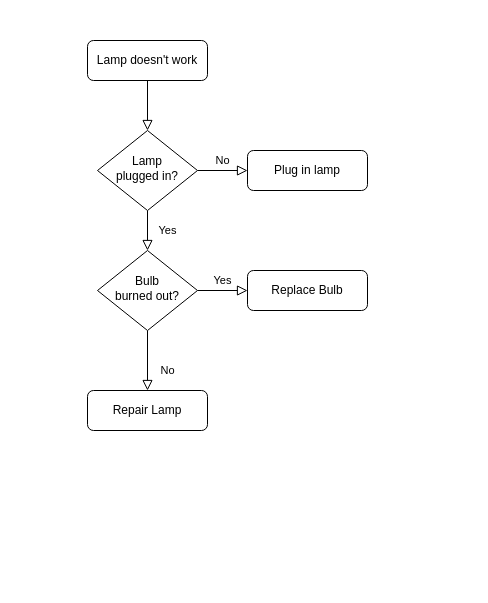
This is 2/diagrams/Diagram2.drawio from Dmytrenko-Roman/TestsLabs, a draw.io file, before an edit. Source tidied: cells renumbered, new cells numbered last; positions are measured from the earlier drawing's top-left corner, leaving out a move shared by most shapes. Both pictures are drawn from the tidied source at 100%, with x=0, y=0 at pixel (87, 40).
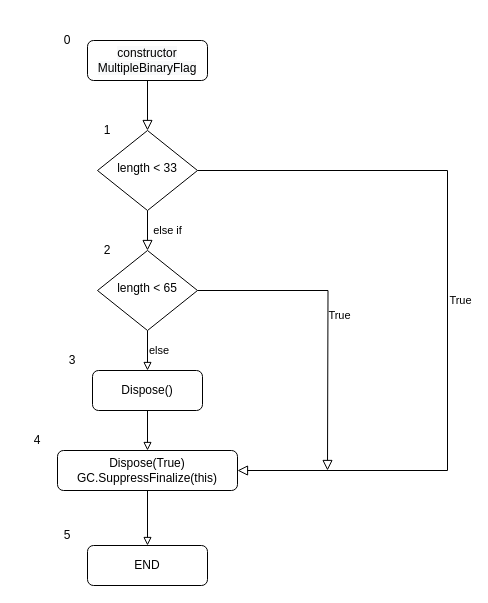
After the change.

The edit, as a diff of the source:
```diff
@@
-    <mxCell id="3" value="Lamp doesn't work" style="rounded=1;whiteSpace=wrap;html=1;fontSize=12;glass=0;strokeWidth=1;shadow=0;" parent="1" vertex="1">
+    <mxCell id="3" value="&#10;&#10;&lt;span style=&quot;color: rgb(0, 0, 0); font-family: helvetica; font-size: 12px; font-style: normal; font-weight: 400; letter-spacing: normal; text-align: center; text-indent: 0px; text-transform: none; word-spacing: 0px; background-color: rgb(248, 249, 250); display: inline; float: none;&quot;&gt;constructor MultipleBinaryFlag&lt;/span&gt;&#10;&#10;" style="rounded=1;whiteSpace=wrap;html=1;fontSize=12;glass=0;strokeWidth=1;shadow=0;" parent="1" vertex="1">
       <mxGeometry width="120" height="40" as="geometry" />
     </mxCell>
-    <mxCell id="4" value="Yes" style="rounded=0;html=1;jettySize=auto;fontSize=11;endArrow=block;endFill=0;endSize=8;strokeWidth=1;shadow=0;labelBackgroundColor=none;edgeStyle=orthogonalEdgeStyle;" parent="1" edge="1" source="6" target="10">
+    <mxCell id="4" value="else if" style="rounded=0;html=1;jettySize=auto;fontSize=11;endArrow=block;endFill=0;endSize=8;strokeWidth=1;shadow=0;labelBackgroundColor=none;edgeStyle=orthogonalEdgeStyle;" parent="1" edge="1" source="6" target="10">
       <mxGeometry y="20" relative="1" as="geometry" />
     </mxCell>
-    <mxCell id="5" value="No" style="edgeStyle=orthogonalEdgeStyle;rounded=0;html=1;jettySize=auto;fontSize=11;endArrow=block;endFill=0;endSize=8;strokeWidth=1;shadow=0;labelBackgroundColor=none;" parent="1" edge="1" source="6" target="7">
-      <mxGeometry y="10" relative="1" as="geometry" />
+    <mxCell id="5" value="True" style="edgeStyle=orthogonalEdgeStyle;rounded=0;html=1;jettySize=auto;fontSize=11;endArrow=block;endFill=0;endSize=8;strokeWidth=1;shadow=0;labelBackgroundColor=none;verticalAlign=middle;align=center;spacingRight=-5;entryX=1;entryY=0.5;entryDx=0;entryDy=0;" parent="1" edge="1" source="6" target="11">
+      <mxGeometry y="10" relative="1" as="geometry">
+        <Array as="points">
+          <mxPoint x="360" y="130" />
+          <mxPoint x="360" y="430" />
+        </Array>
+      </mxGeometry>
     </mxCell>
-    <mxCell id="6" value="Lamp&lt;br&gt;plugged in?" style="rhombus;whiteSpace=wrap;html=1;shadow=0;fontFamily=Helvetica;fontSize=12;align=center;strokeWidth=1;spacing=6;spacingTop=-4;" parent="1" vertex="1">
+    <mxCell id="6" value="length &amp;lt; 33" style="rhombus;whiteSpace=wrap;html=1;shadow=0;fontFamily=Helvetica;fontSize=12;align=center;strokeWidth=1;spacing=6;spacingTop=-4;" parent="1" vertex="1">
       <mxGeometry x="10" y="90" width="100" height="80" as="geometry" />
     </mxCell>
-    <mxCell id="7" value="Plug in lamp" style="rounded=1;whiteSpace=wrap;html=1;fontSize=12;glass=0;strokeWidth=1;shadow=0;" parent="1" vertex="1">
-      <mxGeometry x="160" y="110" width="120" height="40" as="geometry" />
-    </mxCell>
-    <mxCell id="8" value="No" style="rounded=0;html=1;jettySize=auto;fontSize=11;endArrow=block;endFill=0;endSize=8;strokeWidth=1;shadow=0;labelBackgroundColor=none;edgeStyle=orthogonalEdgeStyle;" parent="1" edge="1" source="10" target="11">
-      <mxGeometry x="0.33" y="20" relative="1" as="geometry" />
-    </mxCell>
-    <mxCell id="9" value="Yes" style="edgeStyle=orthogonalEdgeStyle;rounded=0;html=1;jettySize=auto;fontSize=11;endArrow=block;endFill=0;endSize=8;strokeWidth=1;shadow=0;labelBackgroundColor=none;" parent="1" edge="1" source="10" target="12">
-      <mxGeometry y="10" relative="1" as="geometry" />
+    <mxCell id="9" value="True" style="edgeStyle=orthogonalEdgeStyle;rounded=0;html=1;jettySize=auto;fontSize=11;endArrow=block;endFill=0;endSize=8;strokeWidth=1;shadow=0;labelBackgroundColor=none;spacingRight=-4;" parent="1" edge="1" source="10">
+      <mxGeometry y="10" relative="1" as="geometry">
+        <mxPoint x="240" y="430" as="targetPoint" />
+      </mxGeometry>
     </mxCell>
+    <mxCell id="13" value="else" style="edgeStyle=orthogonalEdgeStyle;rounded=0;jettySize=auto;html=1;exitX=0.5;exitY=1;exitDx=0;exitDy=0;entryX=0.5;entryY=0;entryDx=0;entryDy=0;endArrow=block;endFill=0;align=left;verticalAlign=middle;spacingRight=-5;" parent="1" edge="1" source="10" target="17">
+      <mxGeometry relative="1" as="geometry" />
+    </mxCell>
-    <mxCell id="10" value="Bulb&lt;br&gt;burned out?" style="rhombus;whiteSpace=wrap;html=1;shadow=0;fontFamily=Helvetica;fontSize=12;align=center;strokeWidth=1;spacing=6;spacingTop=-4;" parent="1" vertex="1">
+    <mxCell id="10" value="length &amp;lt; 65" style="rhombus;whiteSpace=wrap;html=1;shadow=0;fontFamily=Helvetica;fontSize=12;align=center;strokeWidth=1;spacing=6;spacingTop=-4;" parent="1" vertex="1">
       <mxGeometry x="10" y="210" width="100" height="80" as="geometry" />
     </mxCell>
+    <mxCell id="14" style="edgeStyle=orthogonalEdgeStyle;rounded=0;jettySize=auto;html=1;exitX=0.5;exitY=1;exitDx=0;exitDy=0;entryX=0.5;entryY=0;entryDx=0;entryDy=0;align=center;endArrow=block;endFill=0;" parent="1" edge="1" source="11" target="15">
+      <mxGeometry relative="1" as="geometry" />
+    </mxCell>
-    <mxCell id="11" value="Repair Lamp" style="rounded=1;whiteSpace=wrap;html=1;fontSize=12;glass=0;strokeWidth=1;shadow=0;" parent="1" vertex="1">
-      <mxGeometry y="350" width="120" height="40" as="geometry" />
+    <mxCell id="11" value="Dispose(True)&lt;br&gt;GC.SuppressFinalize(this)" style="rounded=1;whiteSpace=wrap;html=1;fontSize=12;glass=0;strokeWidth=1;shadow=0;" parent="1" vertex="1">
+      <mxGeometry x="-30" y="410" width="180" height="40" as="geometry" />
     </mxCell>
-    <mxCell id="12" value="Replace Bulb" style="rounded=1;whiteSpace=wrap;html=1;fontSize=12;glass=0;strokeWidth=1;shadow=0;" parent="1" vertex="1">
-      <mxGeometry x="160" y="230" width="120" height="40" as="geometry" />
-    </mxCell>
+    <mxCell id="15" value="END" style="rounded=1;whiteSpace=wrap;html=1;fontSize=12;glass=0;strokeWidth=1;shadow=0;" parent="1" vertex="1">
+      <mxGeometry y="505" width="120" height="40" as="geometry" />
+    </mxCell>
+    <mxCell id="16" style="edgeStyle=orthogonalEdgeStyle;rounded=0;jettySize=auto;html=1;exitX=0.5;exitY=1;exitDx=0;exitDy=0;entryX=0.5;entryY=0;entryDx=0;entryDy=0;endArrow=block;endFill=0;align=center;" parent="1" edge="1" source="17" target="11">
+      <mxGeometry relative="1" as="geometry" />
+    </mxCell>
+    <mxCell id="17" value="Dispose()" style="rounded=1;whiteSpace=wrap;html=1;fontSize=12;glass=0;strokeWidth=1;shadow=0;" parent="1" vertex="1">
+      <mxGeometry x="5" y="330" width="110" height="40" as="geometry" />
+    </mxCell>
+    <mxCell id="18" value="0" style="text;html=1;strokeColor=none;fillColor=none;align=center;verticalAlign=middle;whiteSpace=wrap;rounded=0;" parent="1" vertex="1">
+      <mxGeometry x="-40" y="-10" width="40" height="20" as="geometry" />
+    </mxCell>
+    <mxCell id="19" value="1" style="text;html=1;strokeColor=none;fillColor=none;align=center;verticalAlign=middle;whiteSpace=wrap;rounded=0;" parent="1" vertex="1">
+      <mxGeometry y="80" width="40" height="20" as="geometry" />
+    </mxCell>
+    <mxCell id="20" value="2" style="text;html=1;strokeColor=none;fillColor=none;align=center;verticalAlign=middle;whiteSpace=wrap;rounded=0;" parent="1" vertex="1">
+      <mxGeometry y="200" width="40" height="20" as="geometry" />
+    </mxCell>
+    <mxCell id="21" value="3" style="text;html=1;strokeColor=none;fillColor=none;align=center;verticalAlign=middle;whiteSpace=wrap;rounded=0;" parent="1" vertex="1">
+      <mxGeometry x="-35" y="310" width="40" height="20" as="geometry" />
+    </mxCell>
+    <mxCell id="22" value="4" style="text;html=1;strokeColor=none;fillColor=none;align=center;verticalAlign=middle;whiteSpace=wrap;rounded=0;" parent="1" vertex="1">
+      <mxGeometry x="-70" y="390" width="40" height="20" as="geometry" />
+    </mxCell>
+    <mxCell id="23" value="5" style="text;html=1;strokeColor=none;fillColor=none;align=center;verticalAlign=middle;whiteSpace=wrap;rounded=0;" parent="1" vertex="1">
+      <mxGeometry x="-40" y="485" width="40" height="20" as="geometry" />
+    </mxCell>
```
